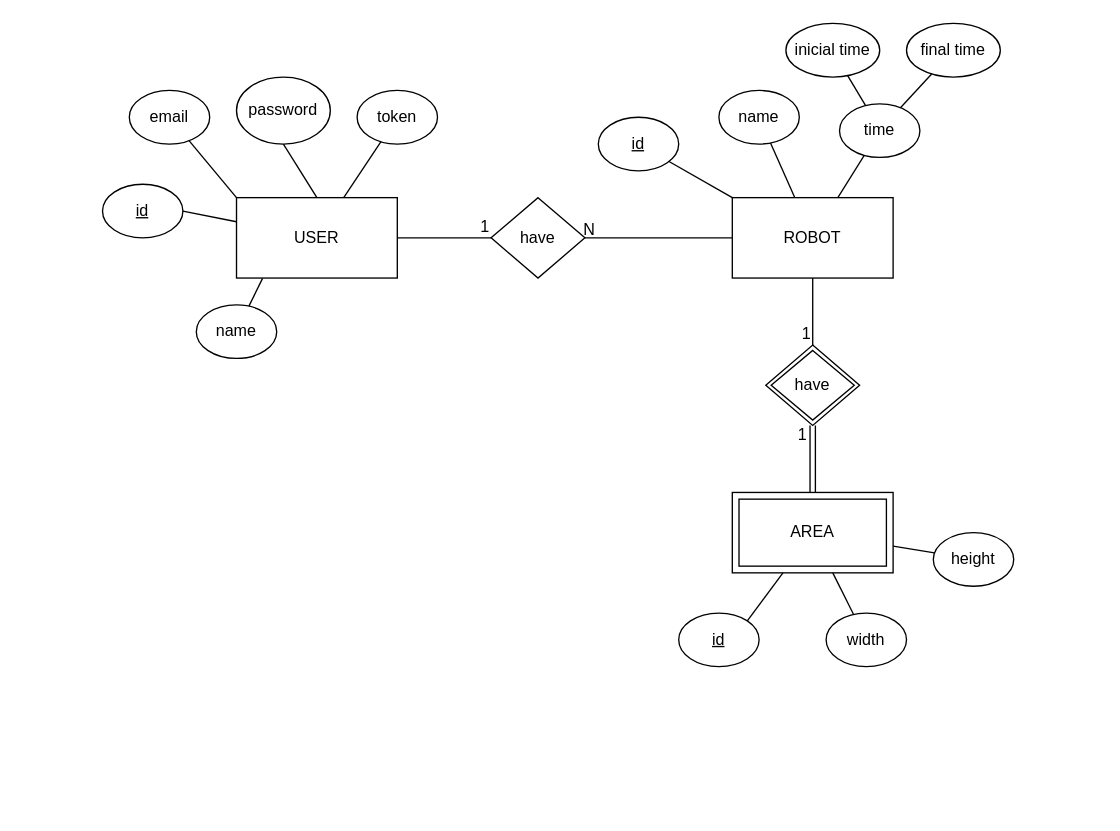
The draw.io diagram db/ModeloER.drawio in Frederico-Cerqueira/Projeto-Final-ERS, before the edit. Source tidied: cells renumbered, new cells numbered last; positions are measured from the earlier drawing's top-left corner, leaving out a move shared by most shapes. Both pictures are drawn from the tidied source at 134%, with x=0, y=0 at pixel (102, 23).
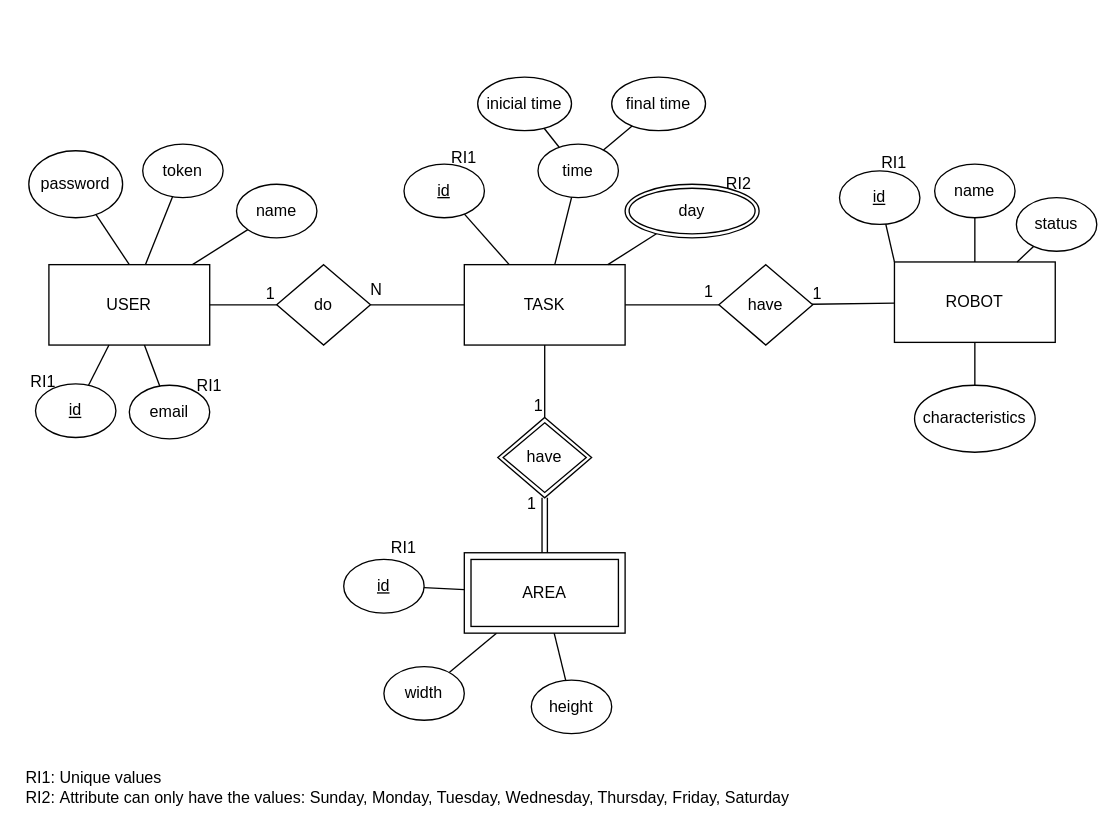
Above is the later version.

Commit message:
Updated Model ER with Task Entity

The edit, as a diff of the source:
```diff
@@
     <mxCell id="2" value="USER" style="rounded=0;whiteSpace=wrap;html=1;" parent="1" vertex="1">
-      <mxGeometry x="100" y="130" width="120" height="60" as="geometry" />
+      <mxGeometry x="-40" y="180" width="120" height="60" as="geometry" />
     </mxCell>
     <mxCell id="3" value="ROBOT" style="rounded=0;whiteSpace=wrap;html=1;" parent="1" vertex="1">
-      <mxGeometry x="470" y="130" width="120" height="60" as="geometry" />
+      <mxGeometry x="591" y="178" width="120" height="60" as="geometry" />
     </mxCell>
-    <mxCell id="4" style="endArrow=none;html=1;rounded=0;entryX=0.162;entryY=1.004;entryDx=0;entryDy=0;entryPerimeter=0;" parent="1" edge="1" source="5" target="2">
+    <mxCell id="4" style="endArrow=none;html=1;rounded=0;" parent="1" edge="1" source="5" target="2">
       <mxGeometry relative="1" as="geometry" />
     </mxCell>
     <mxCell id="5" value="name" style="ellipse;whiteSpace=wrap;html=1;" parent="1" vertex="1">
-      <mxGeometry x="70" y="210" width="60" height="40" as="geometry" />
+      <mxGeometry x="100" y="120" width="60" height="40" as="geometry" />
     </mxCell>
     <mxCell id="6" value="token" style="ellipse;whiteSpace=wrap;html=1;" parent="1" vertex="1">
-      <mxGeometry x="190" y="50" width="60" height="40" as="geometry" />
+      <mxGeometry x="30" y="90" width="60" height="40" as="geometry" />
     </mxCell>
     <mxCell id="7" value="&lt;u&gt;id&lt;/u&gt;" style="ellipse;whiteSpace=wrap;html=1;" parent="1" vertex="1">
-      <mxGeometry y="120" width="60" height="40" as="geometry" />
+      <mxGeometry x="-50" y="269" width="60" height="40" as="geometry" />
     </mxCell>
     <mxCell id="8" value="password" style="ellipse;whiteSpace=wrap;html=1;" parent="1" vertex="1">
-      <mxGeometry x="100" y="40" width="70" height="50" as="geometry" />
+      <mxGeometry x="-55" y="95" width="70" height="50" as="geometry" />
     </mxCell>
     <mxCell id="9" value="email" style="ellipse;whiteSpace=wrap;html=1;" parent="1" vertex="1">
-      <mxGeometry x="20" y="50" width="60" height="40" as="geometry" />
+      <mxGeometry x="20" y="270" width="60" height="40" as="geometry" />
     </mxCell>
-    <mxCell id="10" style="endArrow=none;html=1;rounded=0;exitX=0;exitY=0;exitDx=0;exitDy=0;" parent="1" edge="1" source="2" target="9">
+    <mxCell id="10" style="endArrow=none;html=1;rounded=0;" parent="1" edge="1" source="2" target="9">
       <mxGeometry relative="1" as="geometry" />
     </mxCell>
-    <mxCell id="11" style="endArrow=none;html=1;rounded=0;entryX=1;entryY=0.5;entryDx=0;entryDy=0;" parent="1" edge="1" source="2" target="7">
+    <mxCell id="11" style="endArrow=none;html=1;rounded=0;" parent="1" edge="1" source="2" target="7">
       <mxGeometry relative="1" as="geometry" />
     </mxCell>
-    <mxCell id="12" style="endArrow=none;html=1;rounded=0;entryX=0.5;entryY=1;entryDx=0;entryDy=0;exitX=0.5;exitY=0;exitDx=0;exitDy=0;" parent="1" edge="1" source="2" target="8">
+    <mxCell id="12" style="endArrow=none;html=1;rounded=0;exitX=0.5;exitY=0;exitDx=0;exitDy=0;" parent="1" edge="1" source="2" target="8">
       <mxGeometry relative="1" as="geometry" />
     </mxCell>
@@
     <mxCell id="14" value="name" style="ellipse;whiteSpace=wrap;html=1;" parent="1" vertex="1">
-      <mxGeometry x="460" y="50" width="60" height="40" as="geometry" />
+      <mxGeometry x="621" y="105" width="60" height="40" as="geometry" />
     </mxCell>
-    <mxCell id="15" value="time" style="ellipse;whiteSpace=wrap;html=1;" parent="1" vertex="1">
-      <mxGeometry x="550" y="60" width="60" height="40" as="geometry" />
-    </mxCell>
     <mxCell id="16" value="&lt;u&gt;id&lt;/u&gt;" style="ellipse;whiteSpace=wrap;html=1;" parent="1" vertex="1">
-      <mxGeometry x="370" y="70" width="60" height="40" as="geometry" />
+      <mxGeometry x="550" y="110" width="60" height="40" as="geometry" />
     </mxCell>
@@
     <mxCell id="18" value="inicial time" style="ellipse;whiteSpace=wrap;html=1;" parent="1" vertex="1">
-      <mxGeometry x="510" width="70" height="40" as="geometry" />
+      <mxGeometry x="280" y="40" width="70" height="40" as="geometry" />
     </mxCell>
     <mxCell id="19" value="final time" style="ellipse;whiteSpace=wrap;html=1;" parent="1" vertex="1">
-      <mxGeometry x="600" width="70" height="40" as="geometry" />
+      <mxGeometry x="380" y="40" width="70" height="40" as="geometry" />
     </mxCell>
@@
-    <mxCell id="21" style="endArrow=none;html=1;rounded=0;" parent="1" edge="1" source="15" target="19">
-      <mxGeometry relative="1" as="geometry" />
-    </mxCell>
-    <mxCell id="22" style="endArrow=none;html=1;rounded=0;" parent="1" edge="1" source="3" target="15">
-      <mxGeometry relative="1" as="geometry" />
-    </mxCell>
@@
     <mxCell id="24" value="AREA" style="shape=ext;margin=3;double=1;whiteSpace=wrap;html=1;align=center;" parent="1" vertex="1">
-      <mxGeometry x="470" y="350" width="120" height="60" as="geometry" />
+      <mxGeometry x="270" y="395" width="120" height="60" as="geometry" />
     </mxCell>
     <mxCell id="25" value="&lt;u&gt;id&lt;/u&gt;" style="ellipse;whiteSpace=wrap;html=1;" parent="1" vertex="1">
-      <mxGeometry x="430" y="440" width="60" height="40" as="geometry" />
+      <mxGeometry x="180" y="400" width="60" height="40" as="geometry" />
     </mxCell>
-    <mxCell id="26" style="endArrow=none;html=1;rounded=0;exitX=1;exitY=0;exitDx=0;exitDy=0;" parent="1" edge="1" source="25" target="24">
+    <mxCell id="26" style="endArrow=none;html=1;rounded=0;" parent="1" edge="1" source="25" target="24">
       <mxGeometry relative="1" as="geometry" />
     </mxCell>
     <mxCell id="27" value="width" style="ellipse;whiteSpace=wrap;html=1;" parent="1" vertex="1">
-      <mxGeometry x="540" y="440" width="60" height="40" as="geometry" />
+      <mxGeometry x="210" y="480" width="60" height="40" as="geometry" />
     </mxCell>
     <mxCell id="28" value="height" style="ellipse;whiteSpace=wrap;html=1;" parent="1" vertex="1">
-      <mxGeometry x="620" y="380" width="60" height="40" as="geometry" />
+      <mxGeometry x="320" y="490" width="60" height="40" as="geometry" />
     </mxCell>
@@
-    <mxCell id="31" value="have" style="rhombus;whiteSpace=wrap;html=1;" parent="1" vertex="1">
-      <mxGeometry x="290" y="130" width="70" height="60" as="geometry" />
+    <mxCell id="31" value="do" style="rhombus;whiteSpace=wrap;html=1;" parent="1" vertex="1">
+      <mxGeometry x="130" y="180" width="70" height="60" as="geometry" />
     </mxCell>
     <mxCell id="32" value="have" style="shape=rhombus;double=1;perimeter=rhombusPerimeter;whiteSpace=wrap;html=1;align=center;" parent="1" vertex="1">
-      <mxGeometry x="495" y="240" width="70" height="60" as="geometry" />
+      <mxGeometry x="295" y="294" width="70" height="60" as="geometry" />
     </mxCell>
-    <mxCell id="33" style="shape=link;html=1;rounded=0;exitX=0.5;exitY=0;exitDx=0;exitDy=0;entryX=0.5;entryY=1;entryDx=0;entryDy=0;" parent="1" edge="1" source="24" target="32">
+    <mxCell id="33" style="shape=link;html=1;rounded=0;" parent="1" edge="1" source="24" target="32">
       <mxGeometry relative="1" as="geometry" />
     </mxCell>
     <mxCell id="34" value="1" style="html=1;whiteSpace=wrap;align=right;verticalAlign=bottom;" parent="33" vertex="1">
       <mxGeometry x="1" relative="1" as="geometry">
-        <mxPoint x="-3" y="15" as="offset" />
+        <mxPoint x="-5" y="13" as="offset" />
       </mxGeometry>
     </mxCell>
-    <mxCell id="35" style="endArrow=none;html=1;rounded=0;exitX=0.5;exitY=1;exitDx=0;exitDy=0;entryX=0.5;entryY=0;entryDx=0;entryDy=0;" parent="1" edge="1" source="3" target="32">
+    <mxCell id="35" style="endArrow=none;html=1;rounded=0;" parent="1" edge="1" source="41" target="32">
       <mxGeometry relative="1" as="geometry" />
     </mxCell>
@@
-    <mxCell id="37" style="endArrow=none;html=1;rounded=0;entryX=1;entryY=0.5;entryDx=0;entryDy=0;exitX=0;exitY=0.5;exitDx=0;exitDy=0;" parent="1" edge="1" source="3" target="31">
+    <mxCell id="37" style="endArrow=none;html=1;rounded=0;" parent="1" edge="1" source="41" target="31">
       <mxGeometry relative="1" as="geometry" />
     </mxCell>
     <mxCell id="38" value="N" style="html=1;whiteSpace=wrap;align=right;verticalAlign=bottom;" parent="37" vertex="1">
       <mxGeometry x="1" relative="1" as="geometry">
-        <mxPoint x="9" y="2" as="offset" />
+        <mxPoint x="10" y="-3" as="offset" />
       </mxGeometry>
     </mxCell>
-    <mxCell id="39" style="endArrow=none;html=1;rounded=0;exitX=1;exitY=0.5;exitDx=0;exitDy=0;" parent="1" edge="1" source="2" target="31">
+    <mxCell id="39" style="endArrow=none;html=1;rounded=0;" parent="1" edge="1" source="2" target="31">
       <mxGeometry relative="1" as="geometry" />
     </mxCell>
@@
+    <mxCell id="41" value="TASK" style="rounded=0;whiteSpace=wrap;html=1;" parent="1" vertex="1">
+      <mxGeometry x="270" y="180" width="120" height="60" as="geometry" />
+    </mxCell>
+    <mxCell id="42" value="&lt;u&gt;id&lt;/u&gt;" style="ellipse;whiteSpace=wrap;html=1;" parent="1" vertex="1">
+      <mxGeometry x="225" y="105" width="60" height="40" as="geometry" />
+    </mxCell>
+    <mxCell id="43" style="endArrow=none;html=1;rounded=0;" parent="1" edge="1" source="42" target="41">
+      <mxGeometry relative="1" as="geometry" />
+    </mxCell>
+    <mxCell id="44" value="characteristics" style="ellipse;whiteSpace=wrap;html=1;" parent="1" vertex="1">
+      <mxGeometry x="606" y="270" width="90" height="50" as="geometry" />
+    </mxCell>
+    <mxCell id="45" value="status" style="ellipse;whiteSpace=wrap;html=1;" parent="1" vertex="1">
+      <mxGeometry x="682" y="130" width="60" height="40" as="geometry" />
+    </mxCell>
+    <mxCell id="46" style="endArrow=none;html=1;rounded=0;" parent="1" edge="1" source="3" target="45">
+      <mxGeometry relative="1" as="geometry" />
+    </mxCell>
+    <mxCell id="47" style="endArrow=none;html=1;rounded=0;" parent="1" edge="1" source="3" target="44">
+      <mxGeometry relative="1" as="geometry" />
+    </mxCell>
+    <mxCell id="21" style="endArrow=none;html=1;rounded=0;" parent="1" edge="1" source="15" target="19">
+      <mxGeometry relative="1" as="geometry" />
+    </mxCell>
+    <mxCell id="15" value="time" style="ellipse;whiteSpace=wrap;html=1;" parent="1" vertex="1">
+      <mxGeometry x="325" y="90" width="60" height="40" as="geometry" />
+    </mxCell>
+    <mxCell id="48" style="endArrow=none;html=1;rounded=0;" parent="1" edge="1" source="41" target="15">
+      <mxGeometry relative="1" as="geometry" />
+    </mxCell>
+    <mxCell id="49" style="endArrow=none;html=1;rounded=0;" parent="1" edge="1" source="41" target="50">
+      <mxGeometry relative="1" as="geometry" />
+    </mxCell>
+    <mxCell id="50" value="day" style="ellipse;shape=doubleEllipse;margin=3;whiteSpace=wrap;html=1;align=center;" parent="1" vertex="1">
+      <mxGeometry x="390" y="120" width="100" height="40" as="geometry" />
+    </mxCell>
+    <mxCell id="51" value="have" style="rhombus;whiteSpace=wrap;html=1;" parent="1" vertex="1">
+      <mxGeometry x="460" y="180" width="70" height="60" as="geometry" />
+    </mxCell>
+    <mxCell id="52" style="endArrow=none;html=1;rounded=0;" parent="1" edge="1" source="3" target="51">
+      <mxGeometry relative="1" as="geometry" />
+    </mxCell>
+    <mxCell id="53" value="1" style="html=1;whiteSpace=wrap;align=right;verticalAlign=bottom;" parent="52" vertex="1">
+      <mxGeometry x="1" relative="1" as="geometry">
+        <mxPoint x="9" as="offset" />
+      </mxGeometry>
+    </mxCell>
+    <mxCell id="54" style="endArrow=none;html=1;rounded=0;" parent="1" edge="1" source="41" target="51">
+      <mxGeometry relative="1" as="geometry" />
+    </mxCell>
+    <mxCell id="55" value="1" style="html=1;whiteSpace=wrap;align=right;verticalAlign=bottom;" parent="54" vertex="1">
+      <mxGeometry x="1" relative="1" as="geometry">
+        <mxPoint x="-3" y="-1" as="offset" />
+      </mxGeometry>
+    </mxCell>
+    <mxCell id="56" value="RI1: Unique values&lt;div&gt;RI2:&amp;nbsp;Attribute can only have the values: Sunday, Monday, Tuesday, Wednesday, Thursday, Friday, Saturday&lt;/div&gt;" style="text;html=1;align=left;verticalAlign=middle;whiteSpace=wrap;rounded=0;" parent="1" vertex="1">
+      <mxGeometry x="-59" y="555" width="665" height="30" as="geometry" />
+    </mxCell>
+    <mxCell id="57" value="RI2" style="text;html=1;align=center;verticalAlign=middle;whiteSpace=wrap;rounded=0;" parent="1" vertex="1">
+      <mxGeometry x="460" y="112" width="30" height="16" as="geometry" />
+    </mxCell>
+    <mxCell id="58" value="RI1" style="text;html=1;align=center;verticalAlign=middle;whiteSpace=wrap;rounded=0;" parent="1" vertex="1">
+      <mxGeometry x="65" y="263" width="30" height="16" as="geometry" />
+    </mxCell>
+    <mxCell id="59" value="RI1" style="text;html=1;align=center;verticalAlign=middle;whiteSpace=wrap;rounded=0;" parent="1" vertex="1">
+      <mxGeometry x="-59" y="260" width="30" height="16" as="geometry" />
+    </mxCell>
+    <mxCell id="60" value="RI1" style="text;html=1;align=center;verticalAlign=middle;whiteSpace=wrap;rounded=0;" parent="1" vertex="1">
+      <mxGeometry x="210" y="384" width="30" height="16" as="geometry" />
+    </mxCell>
+    <mxCell id="61" value="RI1" style="text;html=1;align=center;verticalAlign=middle;whiteSpace=wrap;rounded=0;" parent="1" vertex="1">
+      <mxGeometry x="576" y="96" width="30" height="16" as="geometry" />
+    </mxCell>
+    <mxCell id="62" value="RI1" style="text;html=1;align=center;verticalAlign=middle;whiteSpace=wrap;rounded=0;" parent="1" vertex="1">
+      <mxGeometry x="255" y="93" width="30" height="16" as="geometry" />
+    </mxCell>
```
